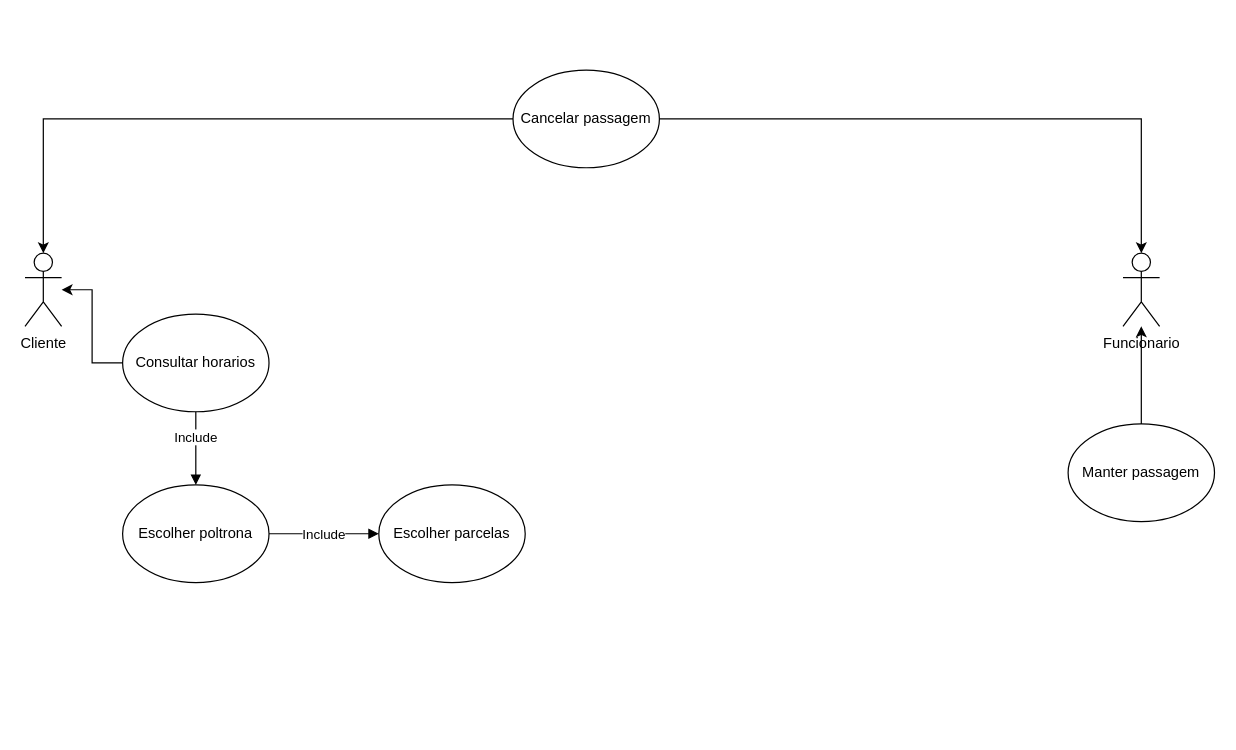
Above: Diagrama sem nome.drawio in Krittz/IFTM-ADS (draw.io), before the change. Source tidied: cells renumbered, new cells numbered last; positions are measured from the earlier drawing's top-left corner, leaving out a move shared by most shapes. Both pictures are drawn from the tidied source at 122%, with x=0, y=0 at pixel (24, 70).
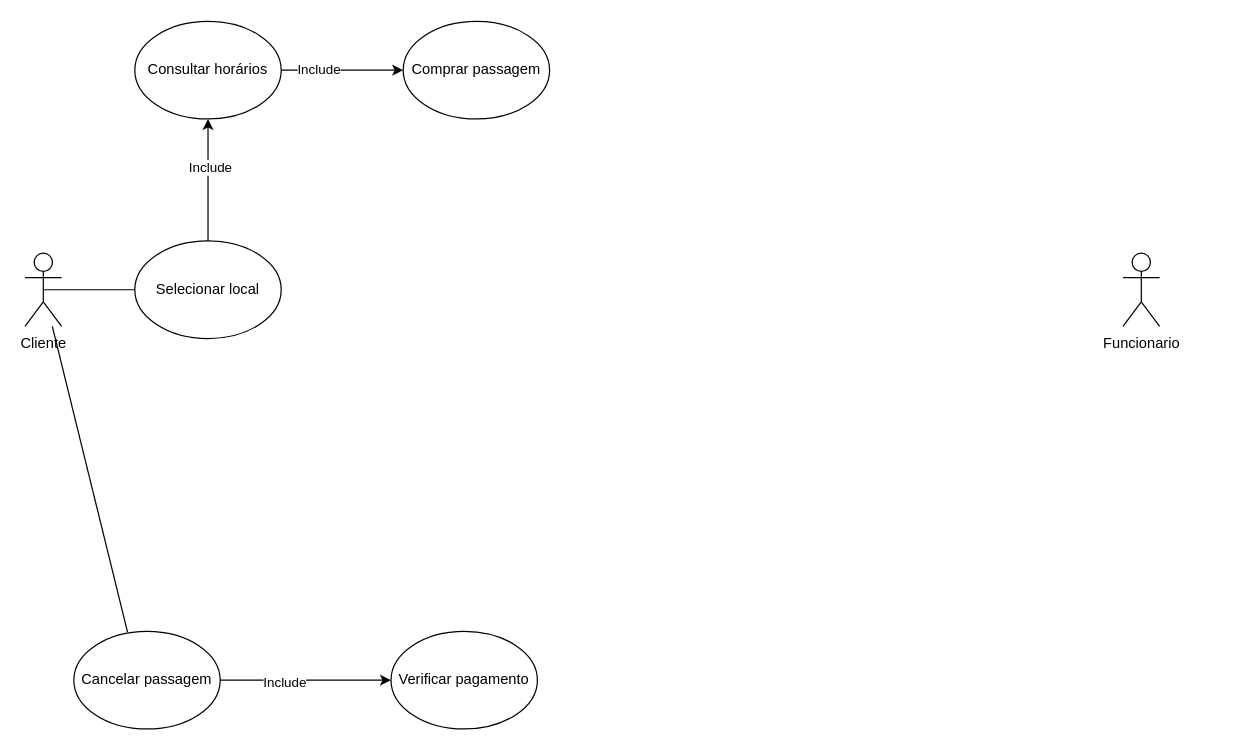
The same diagram, later.

The edit, as a diff of the source:
```diff
@@
 <mxGraphModel>
   <root>
     <mxCell id="0" />
     <mxCell id="1" parent="0" />
     <mxCell id="2" value="Cliente&lt;br&gt;" style="shape=umlActor;verticalLabelPosition=bottom;verticalAlign=top;html=1;outlineConnect=0;" parent="1" vertex="1">
       <mxGeometry y="150" width="30" height="60" as="geometry" />
     </mxCell>
     <mxCell id="3" value="Funcionario&lt;br&gt;" style="shape=umlActor;verticalLabelPosition=bottom;verticalAlign=top;html=1;outlineConnect=0;" parent="1" vertex="1">
       <mxGeometry x="900" y="150" width="30" height="60" as="geometry" />
     </mxCell>
-    <mxCell id="4" style="edgeStyle=orthogonalEdgeStyle;rounded=0;jettySize=auto;html=1;" parent="1" edge="1" source="5" target="3">
-      <mxGeometry relative="1" as="geometry" />
-    </mxCell>
-    <mxCell id="5" value="Manter passagem&lt;br&gt;" style="ellipse;whiteSpace=wrap;html=1;" parent="1" vertex="1">
-      <mxGeometry x="855" y="290" width="120" height="80" as="geometry" />
-    </mxCell>
-    <mxCell id="6" style="edgeStyle=orthogonalEdgeStyle;rounded=0;jettySize=auto;html=1;" parent="1" edge="1" source="7" target="2">
-      <mxGeometry relative="1" as="geometry" />
-    </mxCell>
+    <mxCell id="15" style="edgeStyle=orthogonalEdgeStyle;rounded=0;jettySize=auto;html=1;" parent="1" edge="1" source="7" target="19">
+      <mxGeometry relative="1" as="geometry" />
+    </mxCell>
+    <mxCell id="16" value="Include" style="edgeLabel;html=1;align=center;verticalAlign=middle;" parent="15" vertex="1">
+      <mxGeometry x="0.21" y="-1" relative="1" as="geometry" />
+    </mxCell>
-    <mxCell id="7" value="Consultar horarios&lt;br&gt;" style="ellipse;whiteSpace=wrap;html=1;" parent="1" vertex="1">
-      <mxGeometry x="80" y="200" width="120" height="80" as="geometry" />
+    <mxCell id="7" value="Selecionar local" style="ellipse;whiteSpace=wrap;html=1;" parent="1" vertex="1">
+      <mxGeometry x="90" y="140" width="120" height="80" as="geometry" />
     </mxCell>
-    <mxCell id="8" style="edgeStyle=orthogonalEdgeStyle;rounded=0;jettySize=auto;html=1;" parent="1" edge="1" source="10" target="2">
-      <mxGeometry relative="1" as="geometry" />
-    </mxCell>
-    <mxCell id="9" style="edgeStyle=orthogonalEdgeStyle;rounded=0;jettySize=auto;html=1;entryX=0.5;entryY=0;entryDx=0;entryDy=0;entryPerimeter=0;" parent="1" edge="1" source="10" target="3">
-      <mxGeometry relative="1" as="geometry" />
-    </mxCell>
+    <mxCell id="17" style="edgeStyle=orthogonalEdgeStyle;rounded=0;jettySize=auto;html=1;" parent="1" edge="1" source="19" target="20">
+      <mxGeometry relative="1" as="geometry" />
+    </mxCell>
+    <mxCell id="18" value="Include" style="edgeLabel;html=1;align=center;verticalAlign=middle;" parent="17" vertex="1">
+      <mxGeometry x="-0.4" y="1" relative="1" as="geometry" />
+    </mxCell>
+    <mxCell id="19" value="Consultar horários" style="ellipse;whiteSpace=wrap;html=1;" parent="1" vertex="1">
+      <mxGeometry x="90" y="-40" width="120" height="80" as="geometry" />
+    </mxCell>
+    <mxCell id="20" value="Comprar passagem" style="ellipse;whiteSpace=wrap;html=1;" parent="1" vertex="1">
+      <mxGeometry x="310" y="-40" width="120" height="80" as="geometry" />
+    </mxCell>
+    <mxCell id="21" style="edgeStyle=orthogonalEdgeStyle;rounded=0;jettySize=auto;html=1;" parent="1" edge="1" source="10" target="23">
+      <mxGeometry relative="1" as="geometry" />
+    </mxCell>
+    <mxCell id="22" value="Include" style="edgeLabel;html=1;align=center;verticalAlign=middle;" parent="21" vertex="1">
+      <mxGeometry x="-0.26" y="-1" relative="1" as="geometry" />
+    </mxCell>
-    <mxCell id="10" value="Cancelar passagem&lt;br&gt;" style="ellipse;whiteSpace=wrap;html=1;" parent="1" vertex="1">
-      <mxGeometry x="400" width="120" height="80" as="geometry" />
+    <mxCell id="10" value="Cancelar passagem" style="ellipse;whiteSpace=wrap;html=1;" parent="1" vertex="1">
+      <mxGeometry x="40" y="460" width="120" height="80" as="geometry" />
     </mxCell>
-    <mxCell id="11" value="Escolher poltrona&lt;br&gt;" style="ellipse;whiteSpace=wrap;html=1;" parent="1" vertex="1">
-      <mxGeometry x="80" y="340" width="120" height="80" as="geometry" />
-    </mxCell>
-    <mxCell id="12" value="Include&lt;br&gt;" style="html=1;verticalAlign=bottom;endArrow=block;edgeStyle=elbowEdgeStyle;elbow=vertical;curved=0;rounded=0;" parent="1" edge="1" source="7" target="11">
-      <mxGeometry relative="1" as="geometry" />
-    </mxCell>
-    <mxCell id="13" value="Escolher parcelas&lt;br&gt;" style="ellipse;whiteSpace=wrap;html=1;" parent="1" vertex="1">
-      <mxGeometry x="290" y="340" width="120" height="80" as="geometry" />
-    </mxCell>
-    <mxCell id="14" value="Include&lt;br&gt;" style="html=1;verticalAlign=bottom;endArrow=block;edgeStyle=elbowEdgeStyle;elbow=vertical;curved=0;rounded=0;" parent="1" edge="1" source="11" target="13">
-      <mxGeometry y="-10" relative="1" as="geometry" />
-    </mxCell>
+    <mxCell id="23" value="Verificar pagamento" style="ellipse;whiteSpace=wrap;html=1;" parent="1" vertex="1">
+      <mxGeometry x="300" y="460" width="120" height="80" as="geometry" />
+    </mxCell>
+    <mxCell id="24" style="endArrow=none;html=1;rounded=0;entryX=0.367;entryY=0.008;entryDx=0;entryDy=0;entryPerimeter=0;" parent="1" edge="1" source="2" target="10">
+      <mxGeometry relative="1" as="geometry" />
+    </mxCell>
+    <mxCell id="25" style="endArrow=none;html=1;rounded=0;exitX=0.5;exitY=0.5;exitDx=0;exitDy=0;exitPerimeter=0;" parent="1" edge="1" source="2" target="7">
+      <mxGeometry relative="1" as="geometry" />
+    </mxCell>
   </root>
 </mxGraphModel>
```
